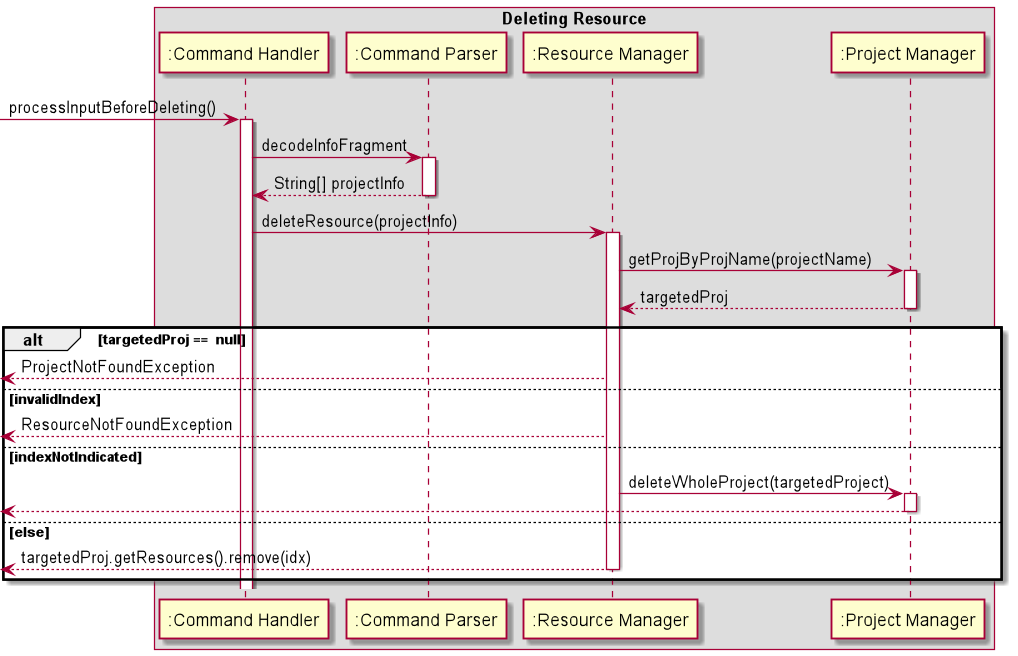
Above: docs/puml_img/deleteResource.png in s-t-e-f/tp (PlantUML), before the change.
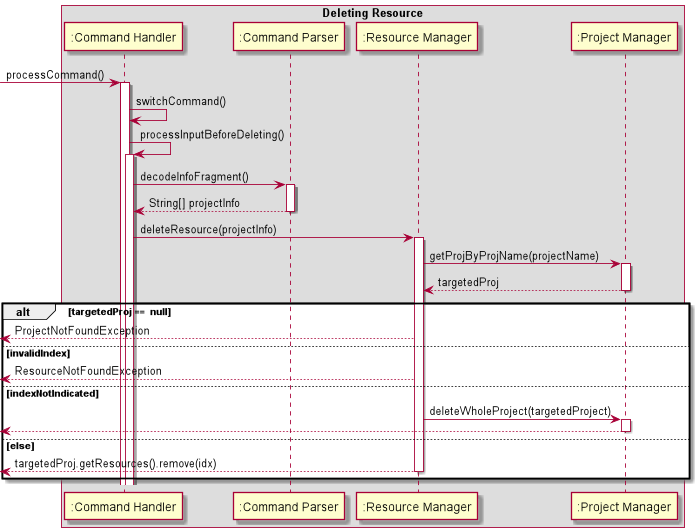
Above is the later version.

Commit message:
Edited sequence diagrams.

Diff of the diagram source:
```diff
@@ -6,12 +6,14 @@
 participant ":Resource Manager" as ResourceManager
 participant ":Project Manager" as ProjectManager
 
-
-[-> CommandHandler : processInputBeforeDeleting()
+[-> CommandHandler : processCommand()
+activate CommandHandler
+CommandHandler -> CommandHandler : switchCommand()
+CommandHandler -> CommandHandler : processInputBeforeDeleting()
 activate CommandHandler
 
 
-CommandHandler -> CommandParser: decodeInfoFragment
+CommandHandler -> CommandParser: decodeInfoFragment()
 activate CommandParser
 CommandHandler <-- CommandParser : String[] projectInfo
 deactivate CommandParser
```
